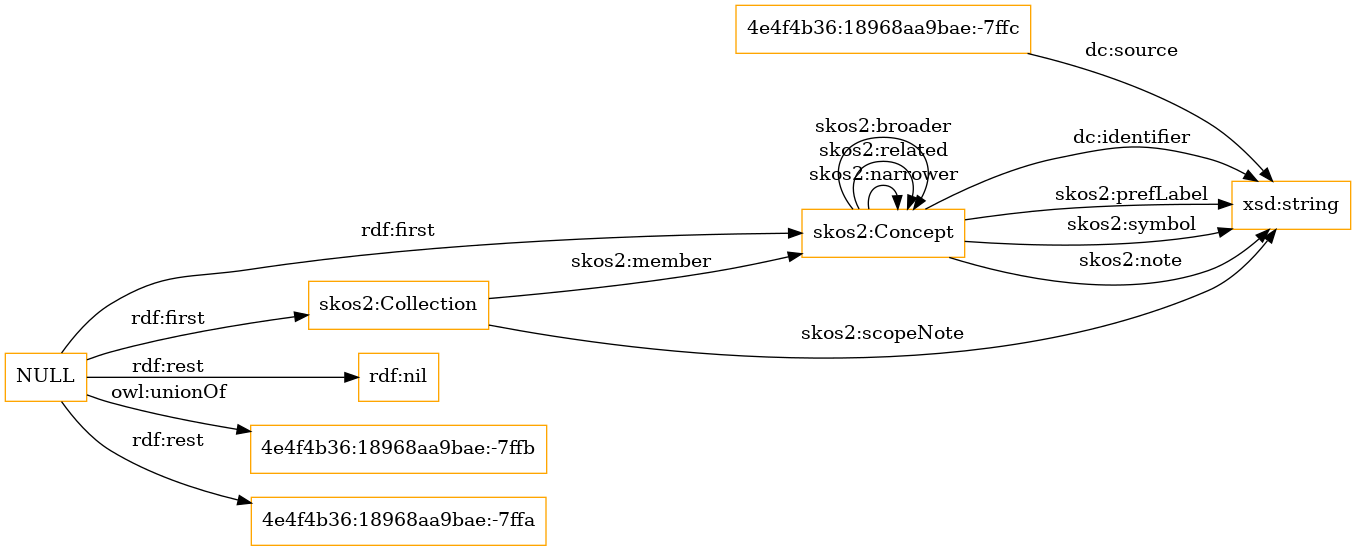
Earlier version of the Graphviz export OnToology/gftaxonomy.owl/diagrams/ar2dtool-class/gftaxonomy.owl.png (sergio10mwws/ontologias-demo). Its source is kept beside it as OnToology/gftaxonomy.owl/diagrams/ar2dtool-class/gftaxonomy.owl.png.dot.
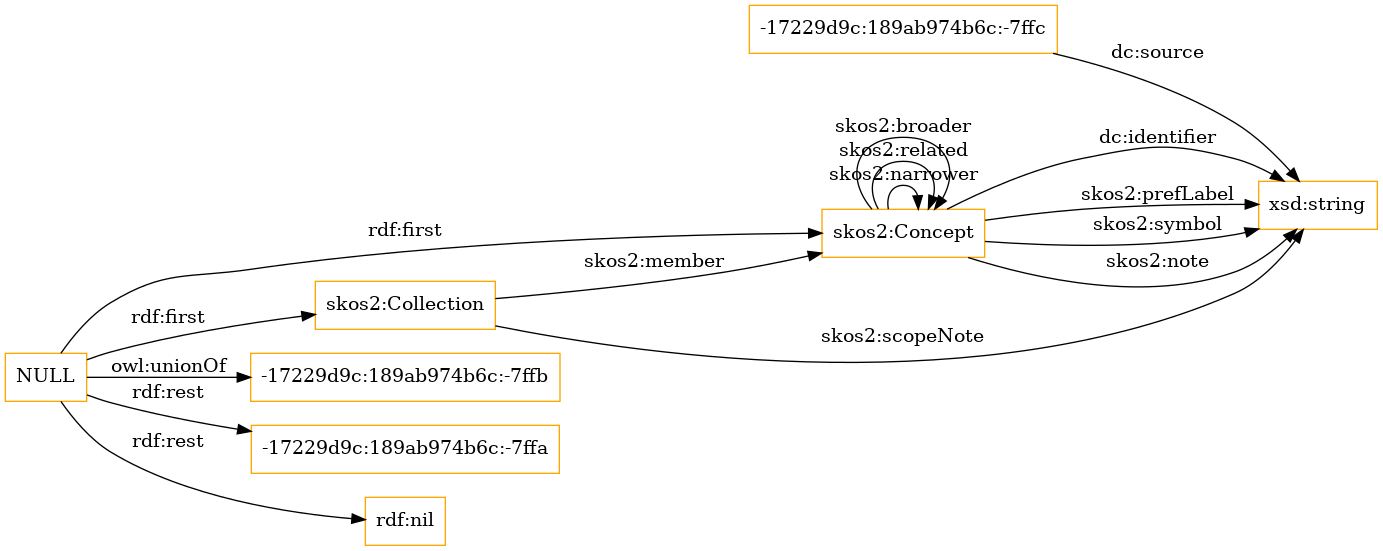
Later version of the same file.

Diff of the diagram source:
```diff
@@ -1,12 +1,12 @@
 digraph ar2dtool_diagram {
 rankdir=LR;
 size="1501"
-node [shape = rectangle, color="orange"]; "4e4f4b36:18968aa9bae:-7ffc" "skos2:Concept" "skos2:Collection" ; /*classes style*/
+node [shape = rectangle, color="orange"]; "-17229d9c:189ab974b6c:-7ffc" "skos2:Concept" "skos2:Collection" ; /*classes style*/
+	"NULL" -> "-17229d9c:189ab974b6c:-7ffb" [ label = "owl:unionOf" ];
+	"NULL" -> "-17229d9c:189ab974b6c:-7ffa" [ label = "rdf:rest" ];
+	"NULL" -> "skos2:Collection" [ label = "rdf:first" ];
 	"NULL" -> "rdf:nil" [ label = "rdf:rest" ];
 	"NULL" -> "skos2:Concept" [ label = "rdf:first" ];
-	"NULL" -> "4e4f4b36:18968aa9bae:-7ffb" [ label = "owl:unionOf" ];
-	"NULL" -> "4e4f4b36:18968aa9bae:-7ffa" [ label = "rdf:rest" ];
-	"NULL" -> "skos2:Collection" [ label = "rdf:first" ];
 	"skos2:Concept" -> "xsd:string" [ label = "dc:identifier" ];
 	"skos2:Concept" -> "xsd:string" [ label = "skos2:prefLabel" ];
 	"skos2:Concept" -> "skos2:Concept" [ label = "skos2:narrower" ];
@@ -16,6 +16,6 @@
 	"skos2:Collection" -> "skos2:Concept" [ label = "skos2:member" ];
 	"skos2:Collection" -> "xsd:string" [ label = "skos2:scopeNote" ];
 	"skos2:Concept" -> "skos2:Concept" [ label = "skos2:broader" ];
-	"4e4f4b36:18968aa9bae:-7ffc" -> "xsd:string" [ label = "dc:source" ];
+	"-17229d9c:189ab974b6c:-7ffc" -> "xsd:string" [ label = "dc:source" ];
 
 }
```
